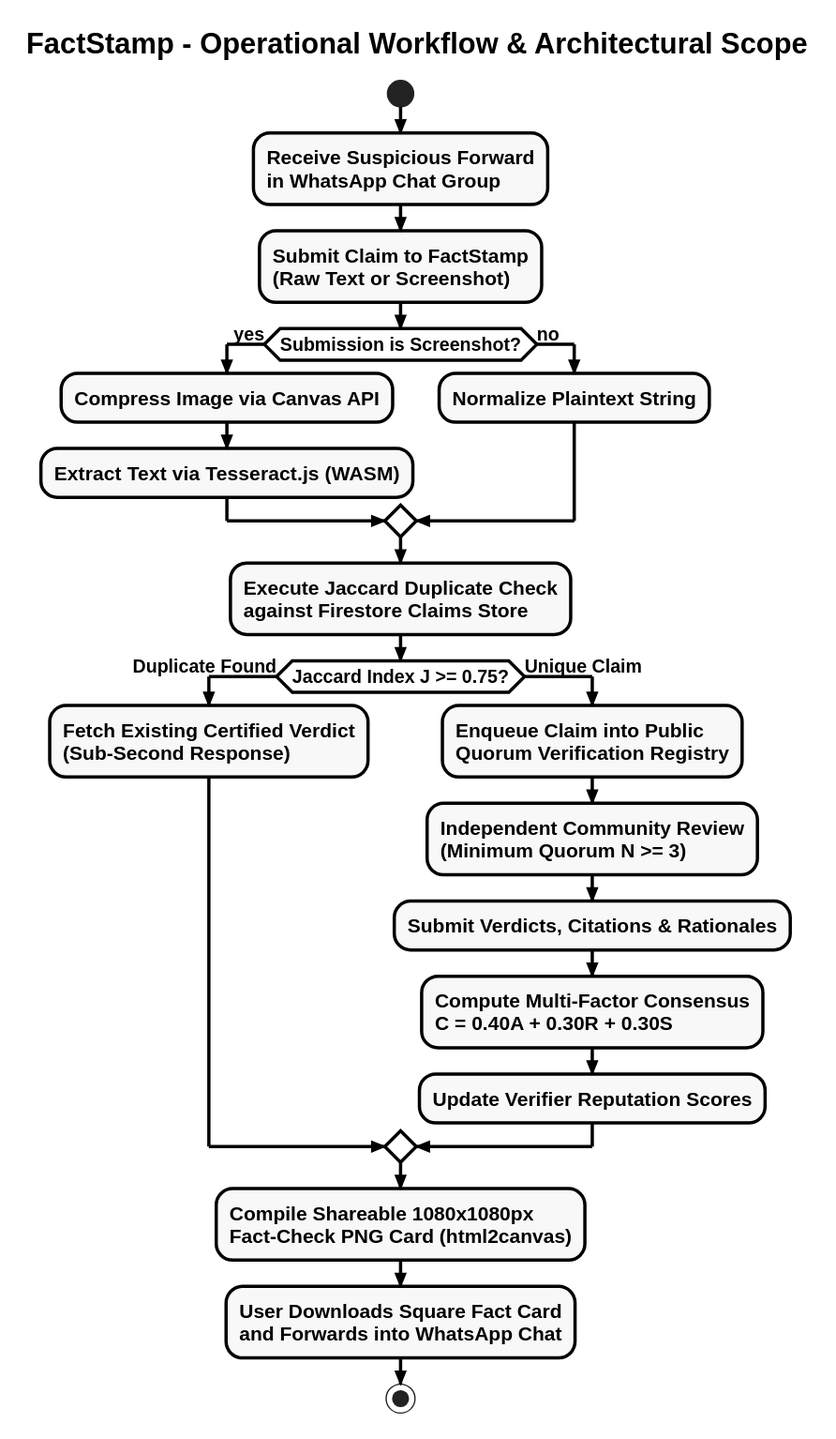
Before: FactStamp/Submission of CHAPTER 1: INTRODUCTION 1.1 Background 1.2 Objectives 1.3 Purpose, Scope, and Applicability 1.3.1 Purpose 1.3.2 Scope 1.3.3 Applicability/attachments/system_workflow.svg, a diagram exported from PlantUML (aadish0day/typst).
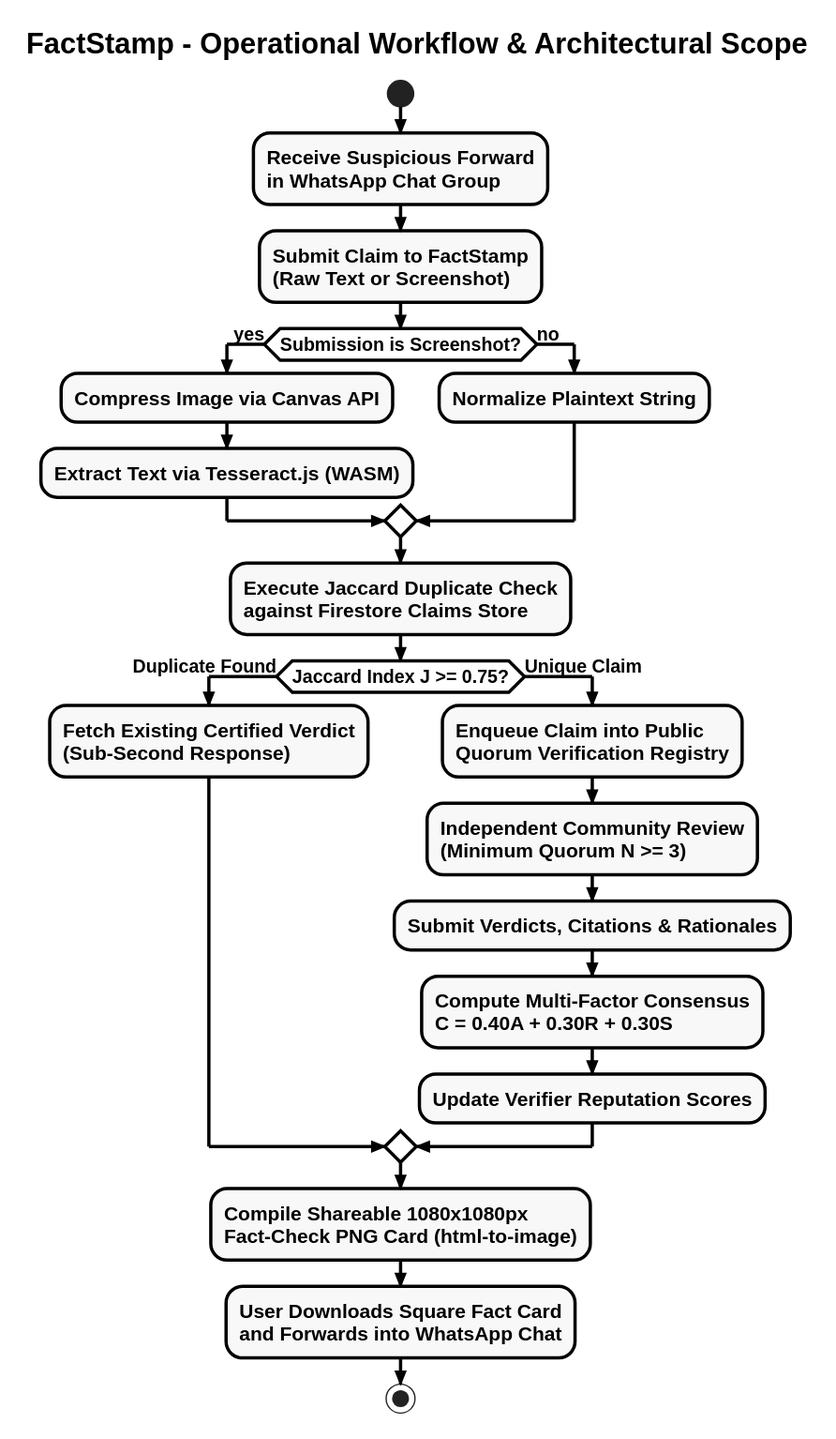
Above is the later version.

What changed in the source:
```diff
@@ -52,7 +52,7 @@
   :Update Verifier Reputation Scores;
 endif
 
-:Compile Shareable 1080x1080px\nFact-Check PNG Card (html2canvas);
+:Compile Shareable 1080x1080px\nFact-Check PNG Card (html-to-image);
 
 :User Downloads Square Fact Card\nand Forwards into WhatsApp Chat;
 
```
